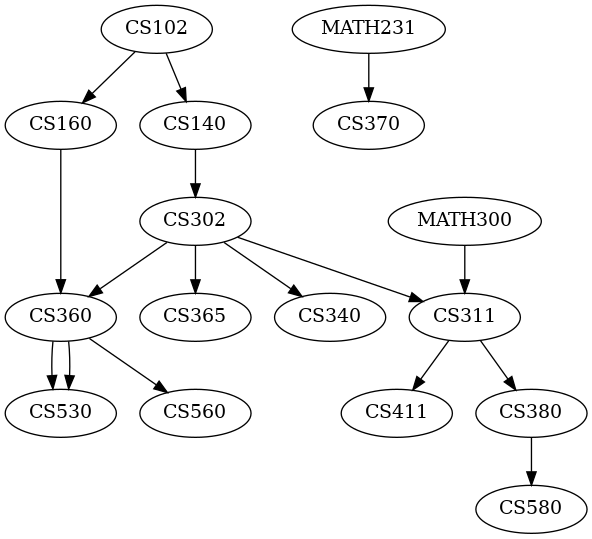
Earlier version of the Graphviz export Assignment_7/depGraph.png (kaushalmistry/DSLabAssignments). Its source is kept beside it as Assignment_7/depGraph.gv. Source of this version:
```dot
digraph dep{
CS102;
CS102 -> CS160;
CS102 -> CS140;
CS140;
CS140 -> CS302;
CS160;
CS160 -> CS360;
CS302;
CS302 -> CS365;
CS302 -> CS340;
CS302 -> CS360;
CS302 -> CS311;
MATH300;
MATH300 -> CS311;
CS311;
CS311 -> CS411;
CS311 -> CS380;
CS360;
CS360 -> CS530;
CS360 -> CS530;
CS360 -> CS560;
CS340;
CS380;
CS380 -> CS580;
MATH231;
MATH231 -> CS370;
CS370;
CS365;
CS411;
CS580;
CS560;
CS530;
}
```
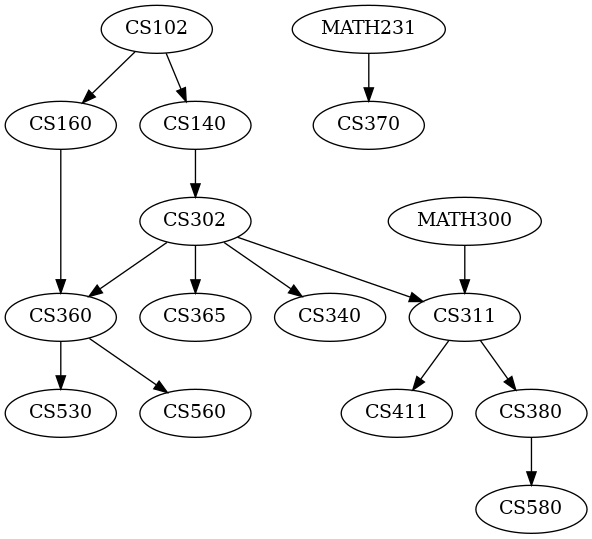
After the commit.

Diff of the diagram source:
```diff
@@ -18,7 +18,6 @@
 CS311 -> CS380;
 CS360;
 CS360 -> CS530;
-CS360 -> CS530;
 CS360 -> CS560;
 CS340;
 CS380;
```
